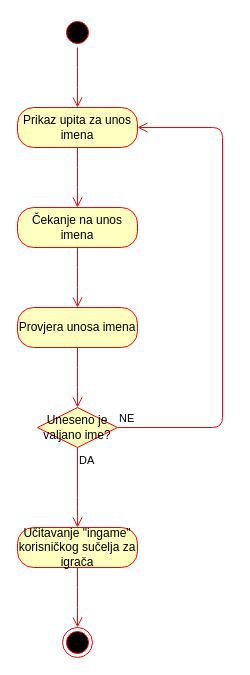
Above: page "Activity: Unos igrača" (3 of 11) of Dijagram.drawio in TheRealJoci/Tressette-Terminal-Card-Game (draw.io), before the change. Source tidied: cells renumbered, new cells numbered last; positions are measured from the earlier drawing's top-left corner, leaving out a move shared by most shapes. Both pictures are drawn from the tidied source at 100%, with x=0, y=0 at pixel (17, 17).
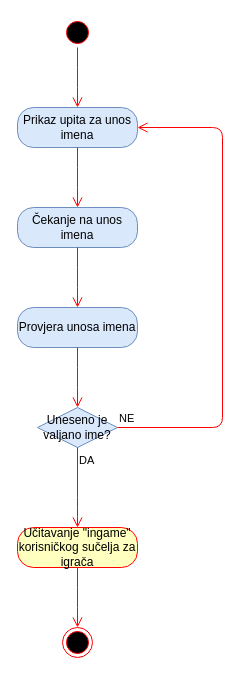
After the change.

Diff of the diagram source:
```diff
@@
-    <mxCell id="5" value="Prikaz upita za unos imena" style="rounded=1;whiteSpace=wrap;html=1;arcSize=40;fontColor=#000000;fillColor=#ffffc0;strokeColor=#ff0000;" parent="1" vertex="1">
+    <mxCell id="5" value="Prikaz upita za unos imena" style="rounded=1;whiteSpace=wrap;html=1;arcSize=40;fillColor=#dae8fc;strokeColor=#6c8ebf;" parent="1" vertex="1">
       <mxGeometry y="90" width="120" height="40" as="geometry" />
     </mxCell>
@@
-    <mxCell id="7" value="Čekanje na unos imena" style="rounded=1;whiteSpace=wrap;html=1;arcSize=40;fontColor=#000000;fillColor=#ffffc0;strokeColor=#ff0000;" parent="1" vertex="1">
+    <mxCell id="7" value="Čekanje na unos imena" style="rounded=1;whiteSpace=wrap;html=1;arcSize=40;fillColor=#dae8fc;strokeColor=#6c8ebf;" parent="1" vertex="1">
       <mxGeometry y="190" width="120" height="40" as="geometry" />
     </mxCell>
@@
-    <mxCell id="9" value="Provjera unosa imena" style="rounded=1;whiteSpace=wrap;html=1;arcSize=40;fontColor=#000000;fillColor=#ffffc0;strokeColor=#ff0000;" parent="1" vertex="1">
+    <mxCell id="9" value="Provjera unosa imena" style="rounded=1;whiteSpace=wrap;html=1;arcSize=40;fillColor=#dae8fc;strokeColor=#6c8ebf;" parent="1" vertex="1">
       <mxGeometry y="290" width="120" height="40" as="geometry" />
     </mxCell>
@@
-    <mxCell id="11" value="Uneseno je valjano ime?" style="rhombus;whiteSpace=wrap;html=1;fillColor=#ffffc0;strokeColor=#ff0000;" parent="1" vertex="1">
+    <mxCell id="11" value="Uneseno je valjano ime?" style="rhombus;whiteSpace=wrap;html=1;fillColor=#dae8fc;strokeColor=#6c8ebf;" parent="1" vertex="1">
       <mxGeometry x="20" y="390" width="80" height="40" as="geometry" />
     </mxCell>
```
